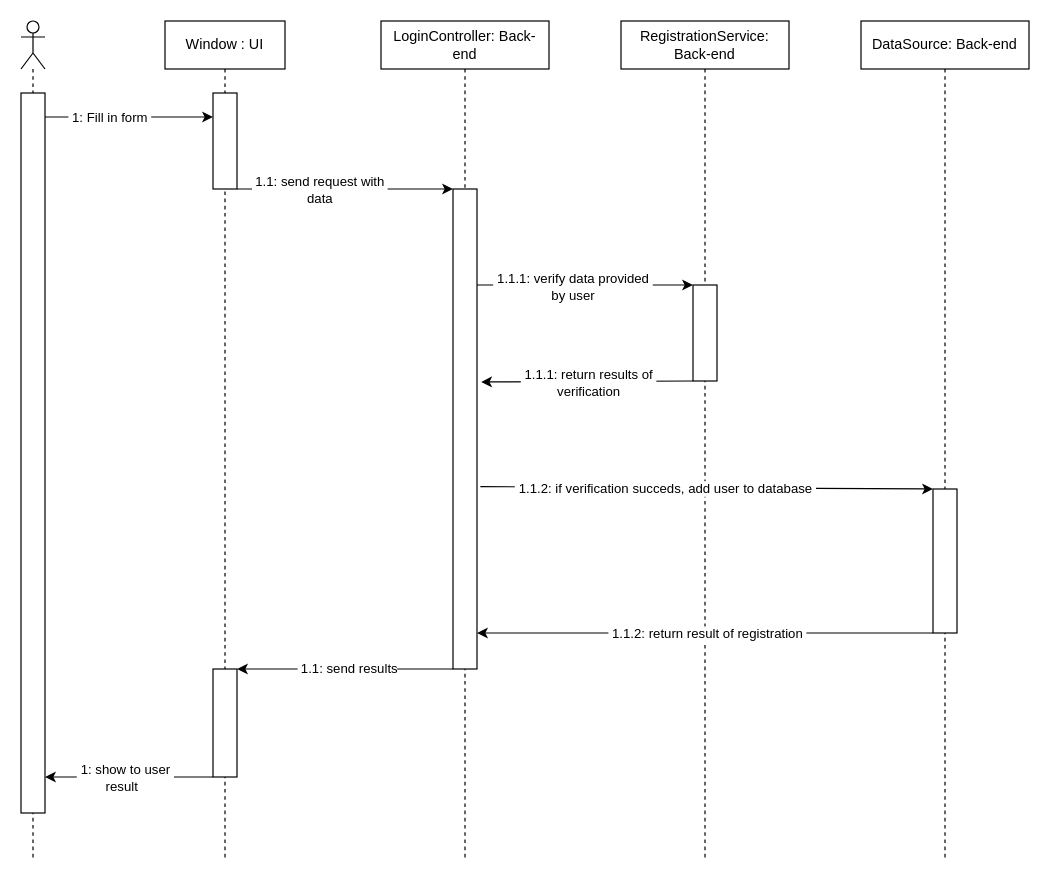
Earlier version of the draw.io diagram s3_individual_project/s3_registration_sequence_diagram.drawio (Gryfin123/diagrams_with_no_context). Source tidied: cells renumbered, new cells numbered last; positions are measured from the earlier drawing's top-left corner, leaving out a move shared by most shapes. Both pictures are drawn from the tidied source at 120%, with x=0, y=0 at pixel (20, 20).
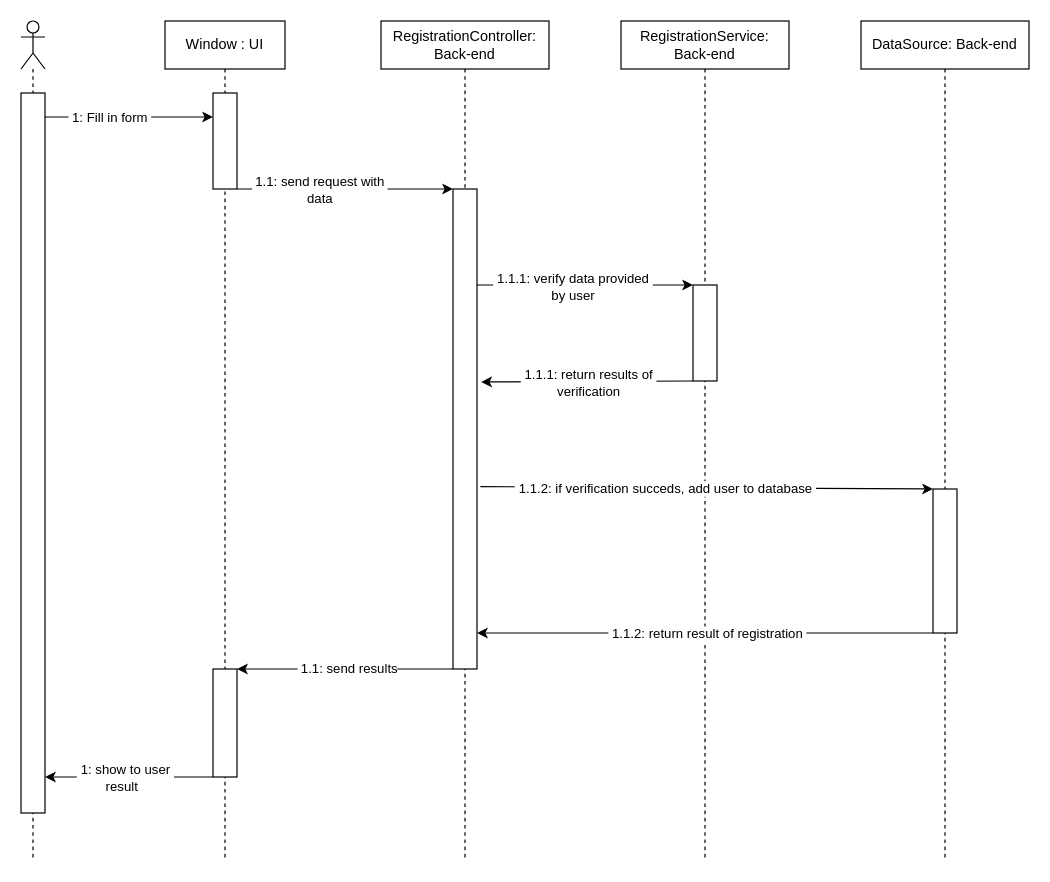
The same diagram, later.

Diff of the diagram source:
```diff
@@
-    <mxCell id="7" value="LoginController: Back-end" style="shape=umlLifeline;perimeter=lifelinePerimeter;whiteSpace=wrap;html=1;" parent="1" vertex="1">
+    <mxCell id="7" value="RegistrationController: Back-end" style="shape=umlLifeline;perimeter=lifelinePerimeter;whiteSpace=wrap;html=1;" parent="1" vertex="1">
       <mxGeometry x="300" width="140" height="700" as="geometry" />
     </mxCell>
```
